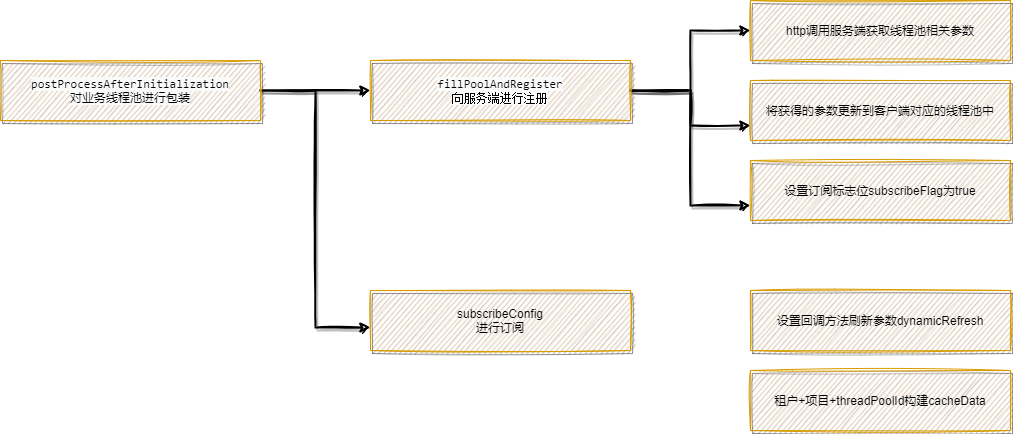
shining-stars-lk/img keeps this draw.io diagram as 未命名绘图.drawio.png. Above is the earlier version. Source tidied: cells renumbered, new cells last; positions are measured from the earlier drawing's top-left corner, leaving out a move shared by most shapes.
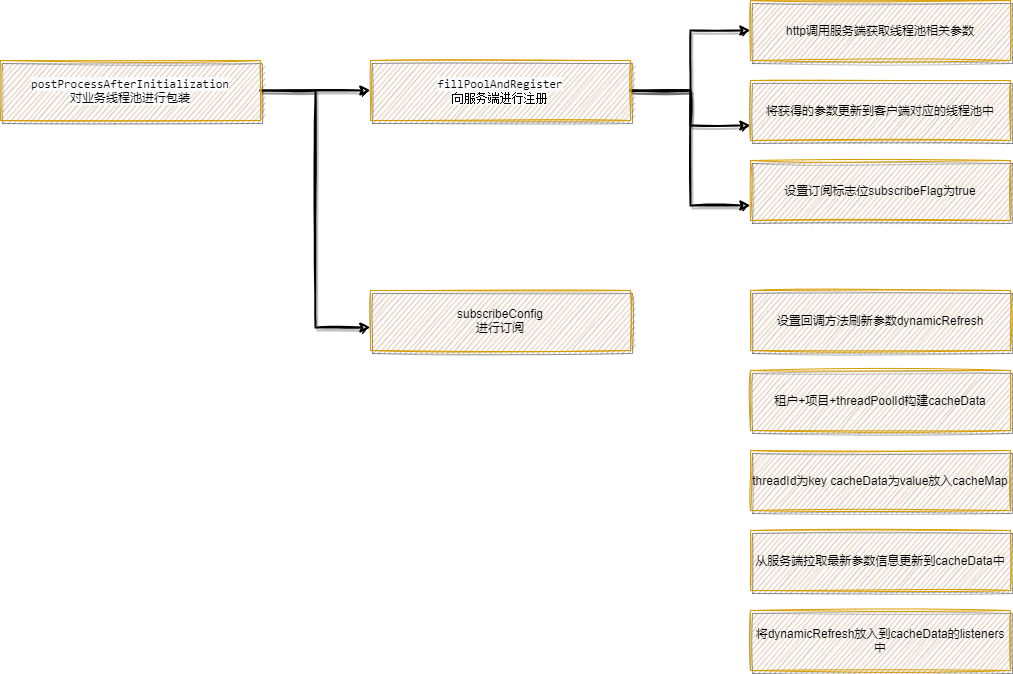
After the commit.

Commit message:
更新未命名绘图.drawio.png

Diff of the diagram source:
```diff
@@ -41,5 +41,14 @@
     <mxCell id="14" value="&lt;div style=&quot;text-align: left;&quot;&gt;租户+项目+threadPoolId构建cacheData&lt;/div&gt;" style="rounded=0;whiteSpace=wrap;html=1;shadow=1;glass=0;sketch=1;fillColor=#ffe6cc;strokeColor=#d79b00;" parent="1" vertex="1">
       <mxGeometry x="750" y="370" width="260" height="60" as="geometry" />
     </mxCell>
+    <mxCell id="15" value="&lt;div style=&quot;text-align: left;&quot;&gt;threadId为key cacheData为value放入cacheMap&lt;/div&gt;" style="rounded=0;whiteSpace=wrap;html=1;shadow=1;glass=0;sketch=1;fillColor=#ffe6cc;strokeColor=#d79b00;" parent="1" vertex="1">
+      <mxGeometry x="750" y="450" width="260" height="60" as="geometry" />
+    </mxCell>
+    <mxCell id="16" value="&lt;div style=&quot;text-align: left;&quot;&gt;从服务端拉取最新参数信息更新到cacheData中&lt;/div&gt;" style="rounded=0;whiteSpace=wrap;html=1;shadow=1;glass=0;sketch=1;fillColor=#ffe6cc;strokeColor=#d79b00;" parent="1" vertex="1">
+      <mxGeometry x="750" y="530" width="260" height="60" as="geometry" />
+    </mxCell>
+    <mxCell id="17" value="&lt;div style=&quot;text-align: left;&quot;&gt;&lt;/div&gt;&lt;span style=&quot;text-align: left;&quot;&gt;将dynamicRefresh放入到cacheData的listeners中&lt;/span&gt;" style="rounded=0;whiteSpace=wrap;html=1;shadow=1;glass=0;sketch=1;fillColor=#ffe6cc;strokeColor=#d79b00;" parent="1" vertex="1">
+      <mxGeometry x="750" y="610" width="260" height="60" as="geometry" />
+    </mxCell>
   </root>
 </mxGraphModel>
```
